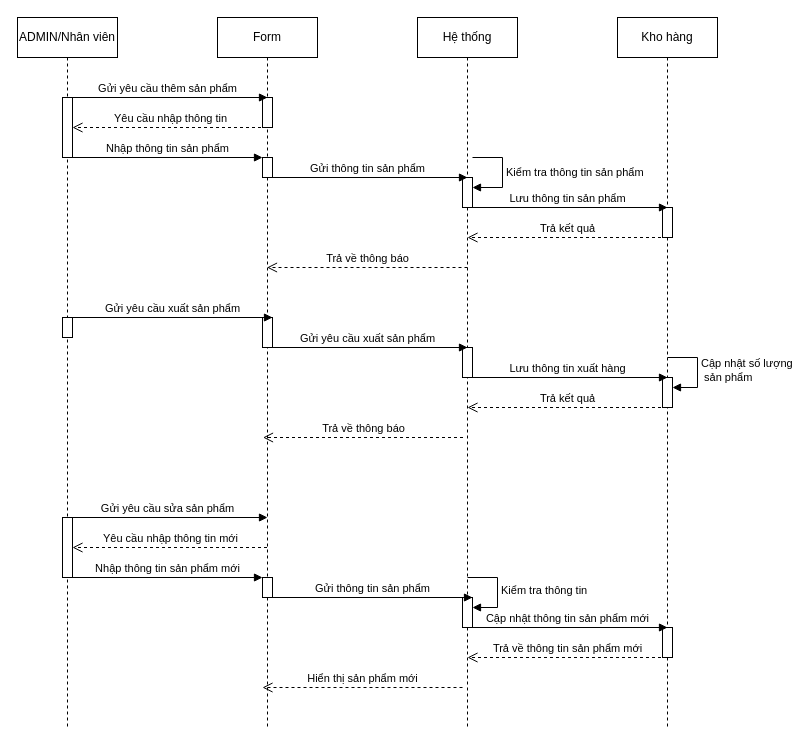
This is SD/SD_XUATNHAPHANG.drawio from hieuNV0871/da, a draw.io file, before an edit. Source tidied: cells renumbered, new cells numbered last; positions are measured from the earlier drawing's top-left corner, leaving out a move shared by most shapes. Both pictures are drawn from the tidied source at 100%, with x=0, y=0 at pixel (17, 17).
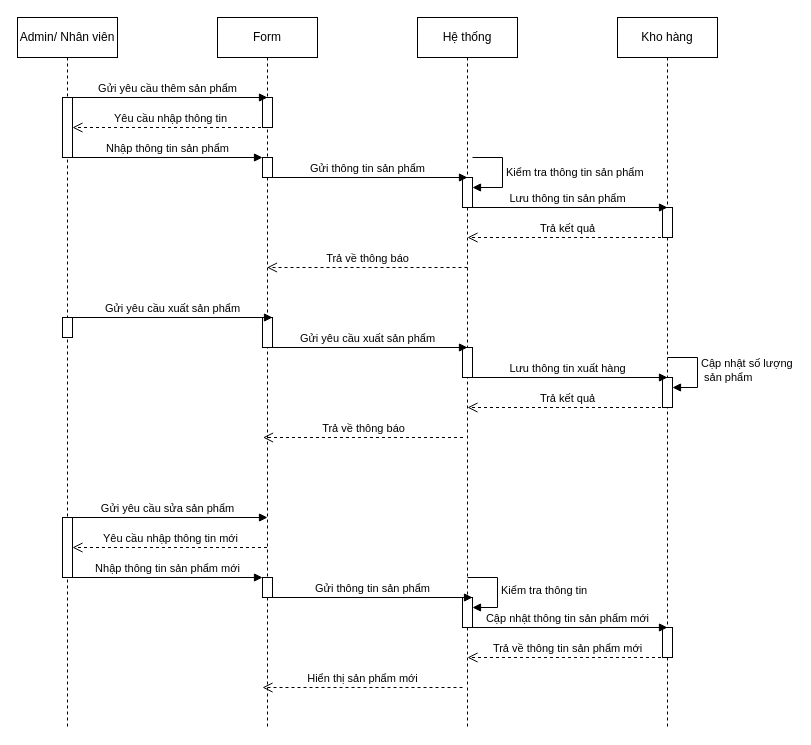
The same page after the edit.

Diff of the diagram source:
```diff
@@
-    <mxCell id="2" value="ADMIN/Nhân viên" style="shape=umlLifeline;perimeter=lifelinePerimeter;whiteSpace=wrap;html=1;newEdgeStyle={&quot;curved&quot;:0,&quot;rounded&quot;:0};" parent="1" vertex="1">
+    <mxCell id="2" value="Admin/ Nhân viên" style="shape=umlLifeline;perimeter=lifelinePerimeter;whiteSpace=wrap;html=1;newEdgeStyle={&quot;curved&quot;:0,&quot;rounded&quot;:0};" parent="1" vertex="1">
       <mxGeometry width="100" height="710" as="geometry" />
     </mxCell>
```
